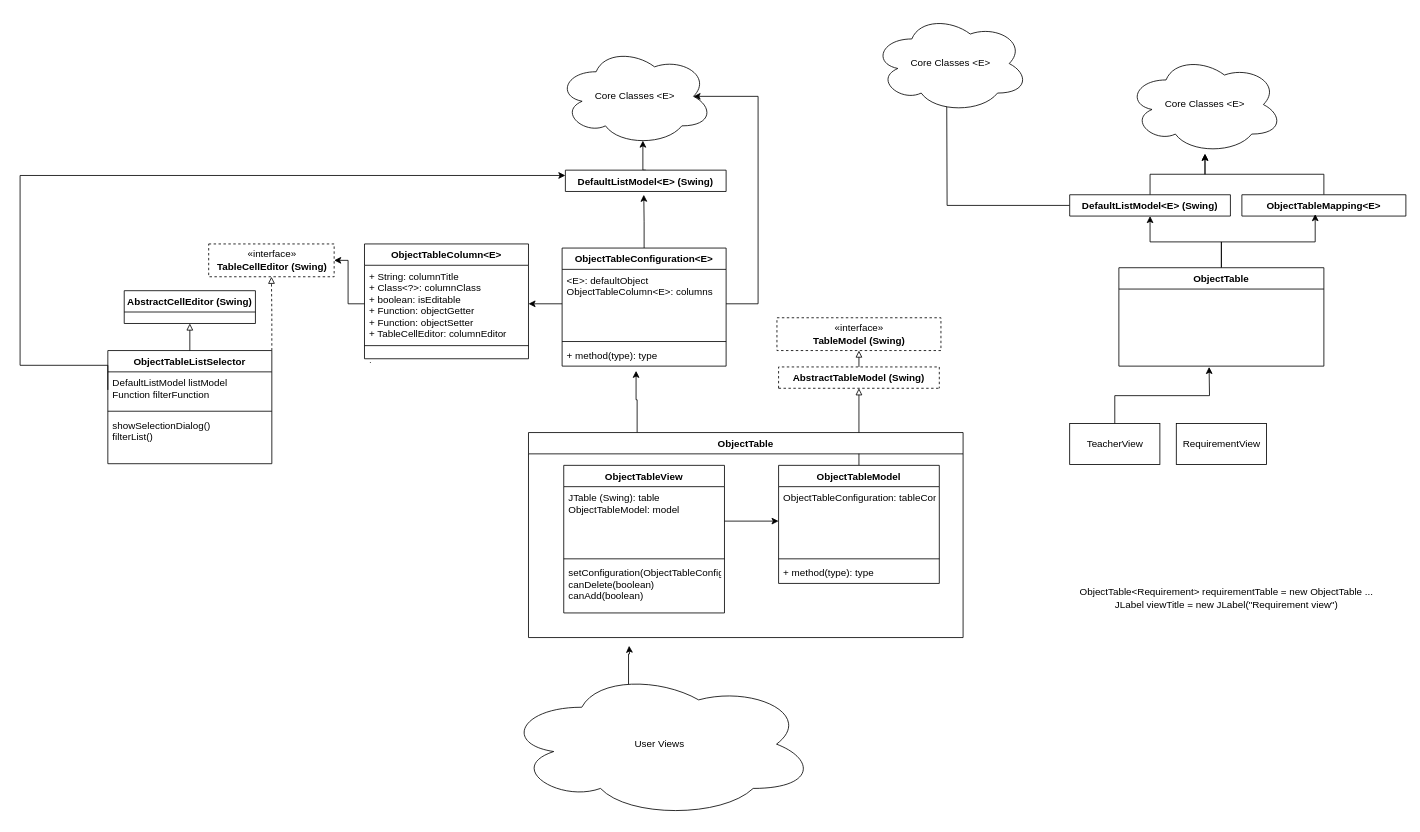
big-dill/se-group-project keeps this draw.io diagram as documentation/TableMVC.drawio. Above is the earlier version. Source tidied: cells renumbered, new cells numbered last; positions are measured from the earlier drawing's top-left corner, leaving out a move shared by most shapes. Both pictures are drawn from the tidied source at 82%, with x=0, y=0 at pixel (20, 14).
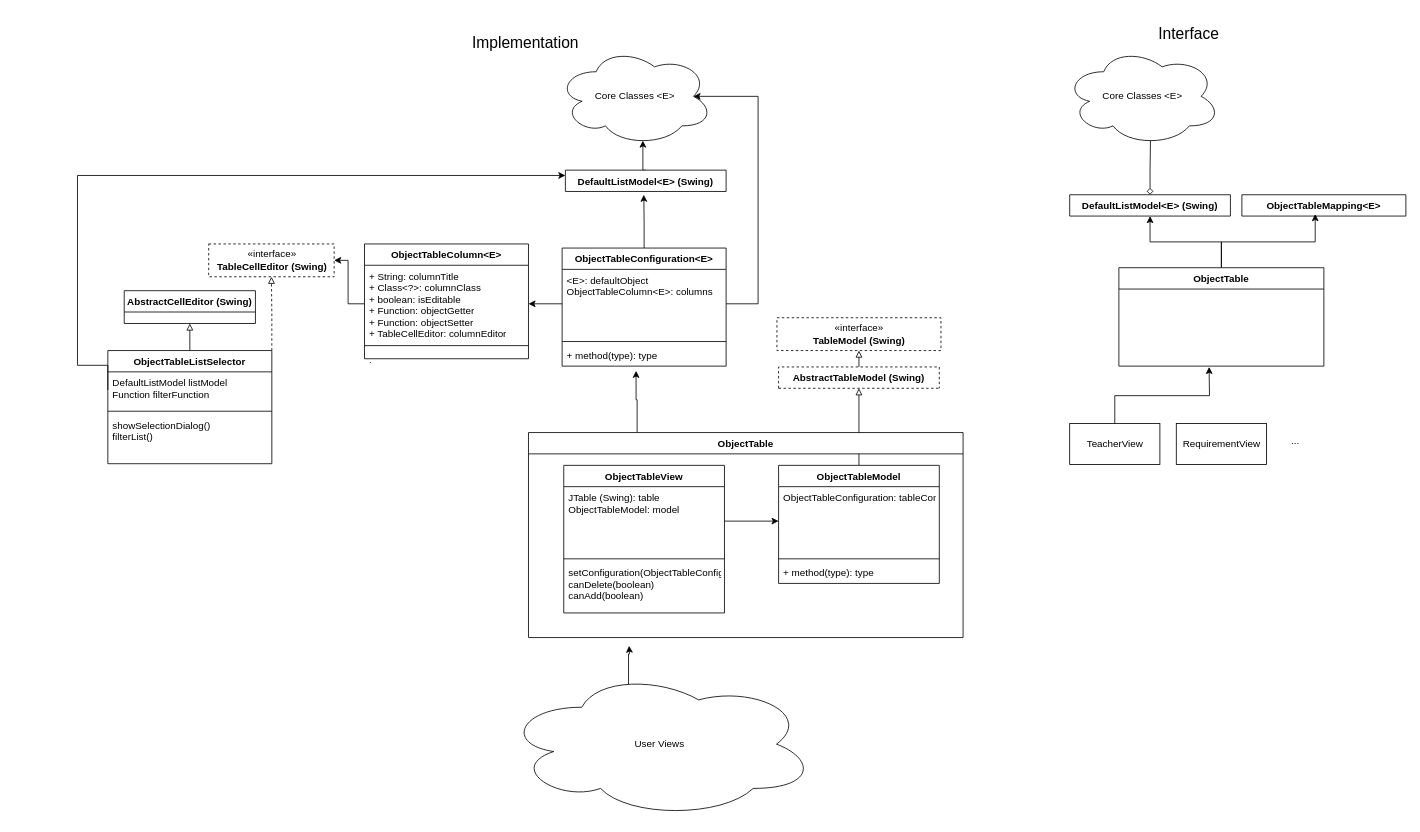
The same diagram, later.

Unchanged cells that the change refers to:
```xml
<mxCell id="4" value="DefaultListModel&lt;E&gt; (Swing)" style="swimlane;fontStyle=1;align=center;verticalAlign=top;horizontal=1;startSize=26;" parent="1" vertex="1" collapsed="1">
  <mxGeometry x="665" y="190" width="196" height="26" as="geometry" />
</mxCell>
<mxCell id="30" value="DefaultListModel listModel&#10;Function filterFunction" style="text;strokeColor=none;fillColor=none;align=left;verticalAlign=top;spacingLeft=4;spacingRight=4;overflow=hidden;points=[[0,0.5],[1,0.5]];portConstraint=eastwest;" parent="29" vertex="1">
  <mxGeometry y="26" width="200" height="44" as="geometry" />
</mxCell>
<mxCell id="47" value="DefaultListModel&lt;E&gt; (Swing)" style="swimlane;fontStyle=1;align=center;verticalAlign=top;horizontal=1;startSize=26;" parent="1" vertex="1" collapsed="1">
  <mxGeometry x="1280" y="220" width="196" height="26" as="geometry" />
</mxCell>
<mxCell id="49" value="ObjectTableMapping&lt;E&gt;" style="swimlane;fontStyle=1;align=center;verticalAlign=top;horizontal=1;startSize=26;" parent="1" vertex="1" collapsed="1">
  <mxGeometry x="1490" y="220" width="200" height="26" as="geometry" />
</mxCell>
```

Diff of the diagram source:
```diff
@@
     <mxCell id="43" style="edgeStyle=orthogonalEdgeStyle;rounded=0;jettySize=auto;html=1;exitX=0;exitY=0.5;exitDx=0;exitDy=0;entryX=0;entryY=0.25;entryDx=0;entryDy=0;startArrow=none;startFill=0;endArrow=classic;endFill=1;" parent="1" edge="1" source="30" target="4">
       <mxGeometry relative="1" as="geometry">
         <Array as="points">
-          <mxPoint y="428" />
-          <mxPoint y="197" />
+          <mxPoint x="107" y="428" />
+          <mxPoint x="70" y="428" />
+          <mxPoint x="70" y="197" />
         </Array>
       </mxGeometry>
     </mxCell>
     <mxCell id="44" value="Core Classes &amp;lt;E&amp;gt;" style="ellipse;shape=cloud;whiteSpace=wrap;html=1;" parent="1" vertex="1">
-      <mxGeometry x="1350" y="50" width="190" height="120" as="geometry" />
+      <mxGeometry x="1274" y="40" width="190" height="120" as="geometry" />
     </mxCell>
-    <mxCell id="45" style="edgeStyle=orthogonalEdgeStyle;rounded=0;jettySize=auto;html=1;exitX=0.5;exitY=0;exitDx=0;exitDy=0;startArrow=none;startFill=0;endArrow=classic;endFill=1;" parent="1" edge="1" source="47" target="44">
+    <mxCell id="45" style="edgeStyle=orthogonalEdgeStyle;rounded=0;jettySize=auto;html=1;exitX=0.5;exitY=0;exitDx=0;exitDy=0;entryX=0.55;entryY=0.95;entryDx=0;entryDy=0;entryPerimeter=0;startArrow=diamond;startFill=0;endArrow=none;endFill=0;" parent="1" edge="1" source="47" target="44">
       <mxGeometry relative="1" as="geometry" />
     </mxCell>
-    <mxCell id="46" style="edgeStyle=orthogonalEdgeStyle;rounded=0;jettySize=auto;html=1;exitX=0;exitY=0.5;exitDx=0;exitDy=0;startArrow=none;startFill=0;endArrow=classic;endFill=1;" parent="1" edge="1" source="47">
-      <mxGeometry relative="1" as="geometry">
-        <mxPoint x="1130" y="90" as="targetPoint" />
-      </mxGeometry>
-    </mxCell>
@@
-    <mxCell id="48" style="edgeStyle=orthogonalEdgeStyle;rounded=0;jettySize=auto;html=1;exitX=0.5;exitY=0;exitDx=0;exitDy=0;startArrow=none;startFill=0;endArrow=classic;endFill=1;" parent="1" edge="1" source="49" target="44">
-      <mxGeometry relative="1" as="geometry" />
-    </mxCell>
@@
-    <mxCell id="57" value="ObjectTable&amp;lt;Requirement&amp;gt; requirementTable = new ObjectTable ...&lt;br&gt;JLabel viewTitle = new JLabel(&quot;Requirement view&quot;)&lt;br&gt;" style="text;html=1;align=center;verticalAlign=middle;" parent="1" vertex="1">
-      <mxGeometry x="1286" y="697" width="370" height="30" as="geometry" />
-    </mxCell>
-    <mxCell id="58" value="Core Classes &amp;lt;E&amp;gt;" style="ellipse;shape=cloud;whiteSpace=wrap;html=1;" parent="1" vertex="1">
-      <mxGeometry x="1040" width="190" height="120" as="geometry" />
-    </mxCell>
+    <mxCell id="59" value="..." style="text;html=1;align=center;verticalAlign=middle;" parent="1" vertex="1">
+      <mxGeometry x="1540" y="510" width="30" height="20" as="geometry" />
+    </mxCell>
+    <mxCell id="60" value="Interface" style="text;html=1;align=center;verticalAlign=middle;fontSize=19;" parent="1" vertex="1">
+      <mxGeometry x="1380" y="10" width="90" height="30" as="geometry" />
+    </mxCell>
+    <mxCell id="61" value="Implementation" style="text;html=1;align=center;verticalAlign=middle;fontSize=19;" parent="1" vertex="1">
+      <mxGeometry x="541" y="20" width="150" height="30" as="geometry" />
+    </mxCell>
```
